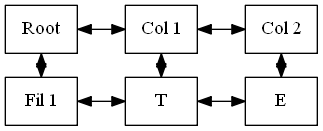
The Graphviz diagram imagenes/matriz.png in RoberttHernan/EDD_1S2020_PY1_201700870, before a commit. Its source is kept beside it as dot_s/matriz.dot.
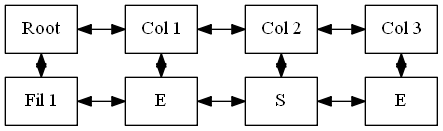
The same diagram one commit later.

What changed in the source:
```diff
@@ -4,19 +4,23 @@
  noder[label ="Root"];
 nodeCol_1[label="Col 1"];
 nodeCol_2[label="Col 2"];
+nodeCol_3[label="Col 3"];
 nodeFil_1[label="Fil 1"];
-node1_1[label ="T"];
-node2_1[label ="E"];
+node1_1[label ="E"];
+node2_1[label ="S"];
+node3_1[label ="E"];
 
-noder->nodeCol_1->nodeCol_2[dir =both];
-nodeFil_1->node1_1->node2_1[dir =both];
+noder->nodeCol_1->nodeCol_2->nodeCol_3[dir =both];
+nodeFil_1->node1_1->node2_1->node3_1[dir =both];
 
 noder->nodeFil_1[dir =both];
 nodeCol_1->node1_1[dir =both];
 nodeCol_2->node2_1[dir =both];
+nodeCol_3->node3_1[dir =both];
 
 {rank=same noder,nodeFil_1}
 {rank = same nodeCol_1,node1_1}
 {rank = same nodeCol_2,node2_1}
+{rank = same nodeCol_3,node3_1}
 
  }
```
